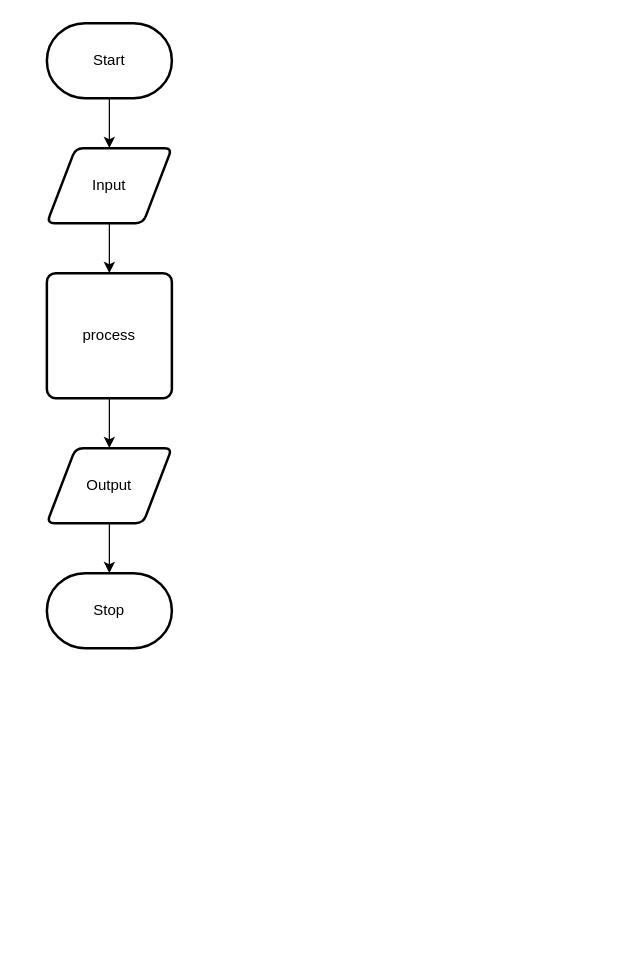
Before: design/flow-chart.drawio in Timothy-Manwell/ICS2O-Unit5-03, a draw.io diagram. Source tidied: cells renumbered, new cells numbered last; positions are measured from the earlier drawing's top-left corner, leaving out a move shared by most shapes. Both pictures are drawn from the tidied source at 125%, with x=0, y=0 at pixel (46, 22).
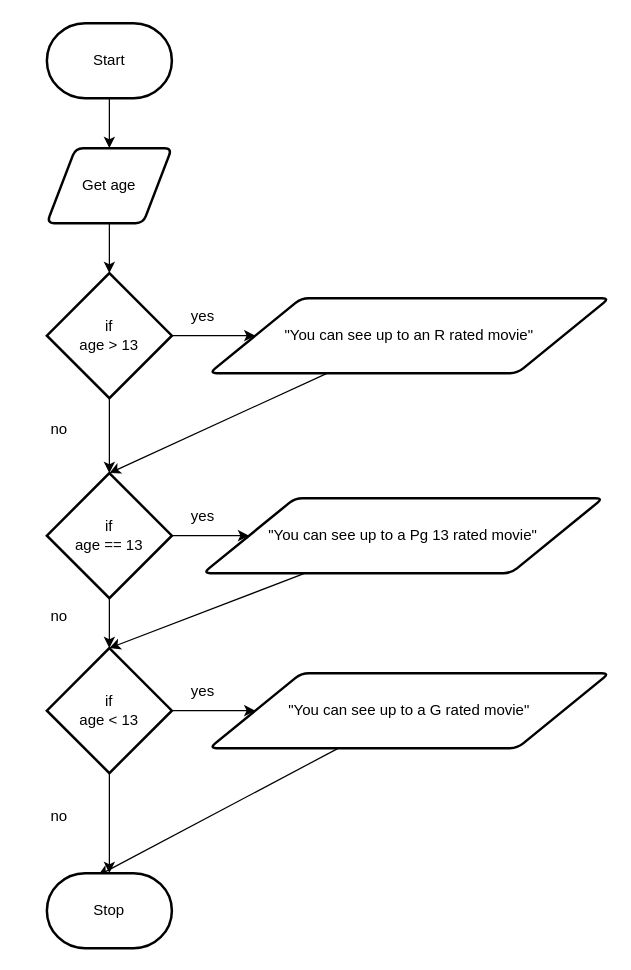
The same diagram, later.

Change to the diagram source:
```diff
@@
-    <mxCell id="4" style="edgeStyle=none;html=1;" parent="1" edge="1" source="5" target="7">
-      <mxGeometry relative="1" as="geometry" />
-    </mxCell>
+    <mxCell id="11" style="edgeStyle=none;html=1;" parent="1" edge="1" source="5" target="14">
+      <mxGeometry relative="1" as="geometry" />
+    </mxCell>
-    <mxCell id="5" value="Input" style="shape=parallelogram;html=1;strokeWidth=2;perimeter=parallelogramPerimeter;whiteSpace=wrap;rounded=1;arcSize=12;size=0.23;" parent="1" vertex="1">
+    <mxCell id="5" value="Get age" style="shape=parallelogram;html=1;strokeWidth=2;perimeter=parallelogramPerimeter;whiteSpace=wrap;rounded=1;arcSize=12;size=0.23;" parent="1" vertex="1">
       <mxGeometry y="100" width="100" height="60" as="geometry" />
     </mxCell>
-    <mxCell id="6" style="edgeStyle=none;html=1;" parent="1" edge="1" source="7" target="9">
-      <mxGeometry relative="1" as="geometry" />
-    </mxCell>
-    <mxCell id="7" value="process" style="rounded=1;whiteSpace=wrap;html=1;absoluteArcSize=1;arcSize=14;strokeWidth=2;" parent="1" vertex="1">
-      <mxGeometry y="200" width="100" height="100" as="geometry" />
-    </mxCell>
-    <mxCell id="8" style="edgeStyle=none;html=1;" parent="1" edge="1" source="9" target="10">
-      <mxGeometry relative="1" as="geometry" />
-    </mxCell>
-    <mxCell id="9" value="Output" style="shape=parallelogram;html=1;strokeWidth=2;perimeter=parallelogramPerimeter;whiteSpace=wrap;rounded=1;arcSize=12;size=0.23;" parent="1" vertex="1">
-      <mxGeometry y="340" width="100" height="60" as="geometry" />
-    </mxCell>
+    <mxCell id="12" style="edgeStyle=none;html=1;" parent="1" edge="1" source="14" target="16">
+      <mxGeometry relative="1" as="geometry" />
+    </mxCell>
+    <mxCell id="13" style="edgeStyle=none;html=1;" parent="1" edge="1" source="14" target="19">
+      <mxGeometry relative="1" as="geometry" />
+    </mxCell>
+    <mxCell id="14" value="if&lt;br&gt;age &amp;gt; 13" style="strokeWidth=2;html=1;shape=mxgraph.flowchart.decision;whiteSpace=wrap;" parent="1" vertex="1">
+      <mxGeometry y="200" width="100" height="100" as="geometry" />
+    </mxCell>
+    <mxCell id="15" style="edgeStyle=none;html=1;entryX=0.5;entryY=0;entryDx=0;entryDy=0;entryPerimeter=0;" parent="1" edge="1" source="16" target="19">
+      <mxGeometry relative="1" as="geometry" />
+    </mxCell>
+    <mxCell id="16" value="&quot;You can see up to an R rated movie&quot;" style="shape=parallelogram;html=1;strokeWidth=2;perimeter=parallelogramPerimeter;whiteSpace=wrap;rounded=1;arcSize=12;size=0.23;" parent="1" vertex="1">
+      <mxGeometry x="130" y="220" width="320" height="60" as="geometry" />
+    </mxCell>
+    <mxCell id="17" style="edgeStyle=none;html=1;" parent="1" edge="1" source="19" target="21">
+      <mxGeometry relative="1" as="geometry" />
+    </mxCell>
+    <mxCell id="18" style="edgeStyle=none;html=1;" parent="1" edge="1" source="19" target="24">
+      <mxGeometry relative="1" as="geometry" />
+    </mxCell>
+    <mxCell id="19" value="if&lt;br&gt;age == 13" style="strokeWidth=2;html=1;shape=mxgraph.flowchart.decision;whiteSpace=wrap;" parent="1" vertex="1">
+      <mxGeometry y="360" width="100" height="100" as="geometry" />
+    </mxCell>
+    <mxCell id="20" style="edgeStyle=none;html=1;entryX=0.5;entryY=0;entryDx=0;entryDy=0;entryPerimeter=0;" parent="1" edge="1" source="21" target="24">
+      <mxGeometry relative="1" as="geometry" />
+    </mxCell>
+    <mxCell id="21" value="&quot;You can see up to a Pg 13 rated movie&quot;" style="shape=parallelogram;html=1;strokeWidth=2;perimeter=parallelogramPerimeter;whiteSpace=wrap;rounded=1;arcSize=12;size=0.23;" parent="1" vertex="1">
+      <mxGeometry x="125" y="380" width="320" height="60" as="geometry" />
+    </mxCell>
+    <mxCell id="22" style="edgeStyle=none;html=1;entryX=0;entryY=0.5;entryDx=0;entryDy=0;" parent="1" edge="1" source="24" target="26">
+      <mxGeometry relative="1" as="geometry" />
+    </mxCell>
+    <mxCell id="23" style="edgeStyle=none;html=1;" parent="1" edge="1" source="24" target="10">
+      <mxGeometry relative="1" as="geometry" />
+    </mxCell>
+    <mxCell id="24" value="if&lt;br&gt;age &amp;lt; 13" style="strokeWidth=2;html=1;shape=mxgraph.flowchart.decision;whiteSpace=wrap;" parent="1" vertex="1">
+      <mxGeometry y="500" width="100" height="100" as="geometry" />
+    </mxCell>
+    <mxCell id="25" style="edgeStyle=none;html=1;entryX=0.409;entryY=0.033;entryDx=0;entryDy=0;entryPerimeter=0;" parent="1" edge="1" source="26" target="10">
+      <mxGeometry relative="1" as="geometry" />
+    </mxCell>
+    <mxCell id="26" value="&quot;You can see up to a G rated movie&quot;" style="shape=parallelogram;html=1;strokeWidth=2;perimeter=parallelogramPerimeter;whiteSpace=wrap;rounded=1;arcSize=12;size=0.23;" parent="1" vertex="1">
+      <mxGeometry x="130" y="520" width="320" height="60" as="geometry" />
+    </mxCell>
     <mxCell id="10" value="Stop" style="strokeWidth=2;html=1;shape=mxgraph.flowchart.terminator;whiteSpace=wrap;" parent="1" vertex="1">
-      <mxGeometry y="440" width="100" height="60" as="geometry" />
+      <mxGeometry y="680" width="100" height="60" as="geometry" />
     </mxCell>
+    <mxCell id="27" value="yes" style="text;html=1;strokeColor=none;fillColor=none;align=center;verticalAlign=middle;whiteSpace=wrap;rounded=0;" parent="1" vertex="1">
+      <mxGeometry x="95" y="220" width="60" height="30" as="geometry" />
+    </mxCell>
+    <mxCell id="28" value="yes" style="text;html=1;strokeColor=none;fillColor=none;align=center;verticalAlign=middle;whiteSpace=wrap;rounded=0;" parent="1" vertex="1">
+      <mxGeometry x="95" y="380" width="60" height="30" as="geometry" />
+    </mxCell>
+    <mxCell id="29" value="yes" style="text;html=1;strokeColor=none;fillColor=none;align=center;verticalAlign=middle;whiteSpace=wrap;rounded=0;" parent="1" vertex="1">
+      <mxGeometry x="95" y="520" width="60" height="30" as="geometry" />
+    </mxCell>
+    <mxCell id="30" value="no" style="text;html=1;strokeColor=none;fillColor=none;align=center;verticalAlign=middle;whiteSpace=wrap;rounded=0;" parent="1" vertex="1">
+      <mxGeometry x="-20" y="310" width="60" height="30" as="geometry" />
+    </mxCell>
+    <mxCell id="31" value="no" style="text;html=1;strokeColor=none;fillColor=none;align=center;verticalAlign=middle;whiteSpace=wrap;rounded=0;" parent="1" vertex="1">
+      <mxGeometry x="-20" y="460" width="60" height="30" as="geometry" />
+    </mxCell>
+    <mxCell id="32" value="no" style="text;html=1;strokeColor=none;fillColor=none;align=center;verticalAlign=middle;whiteSpace=wrap;rounded=0;" parent="1" vertex="1">
+      <mxGeometry x="-20" y="620" width="60" height="30" as="geometry" />
+    </mxCell>
```
